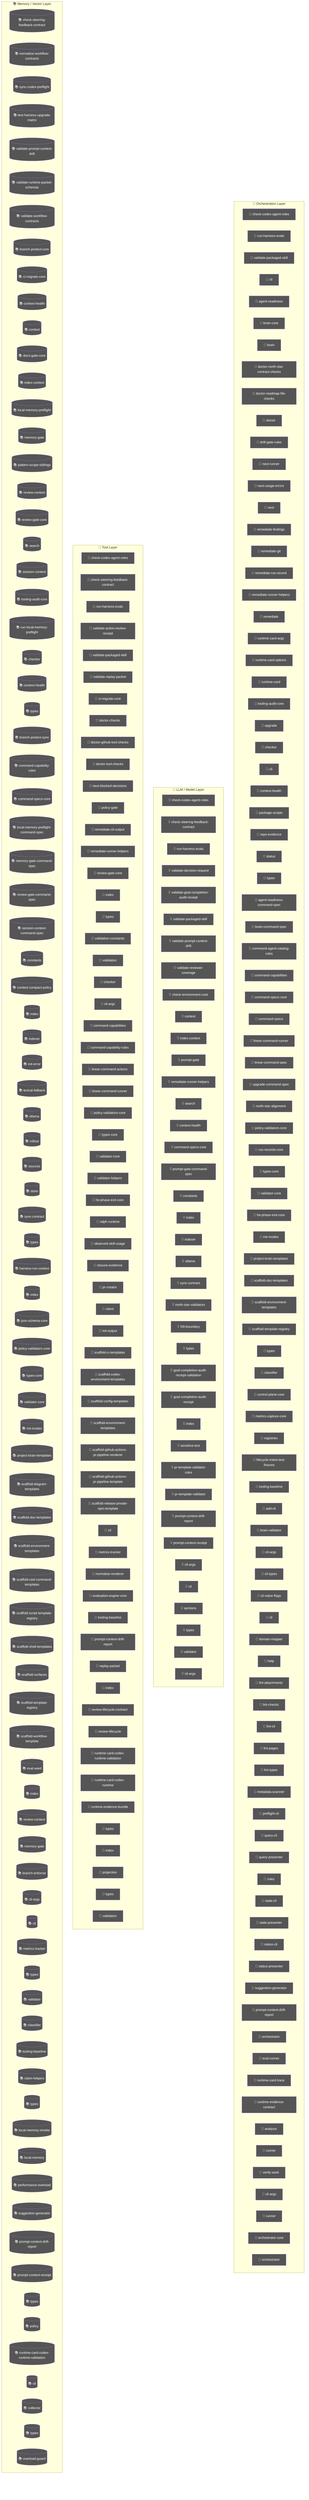
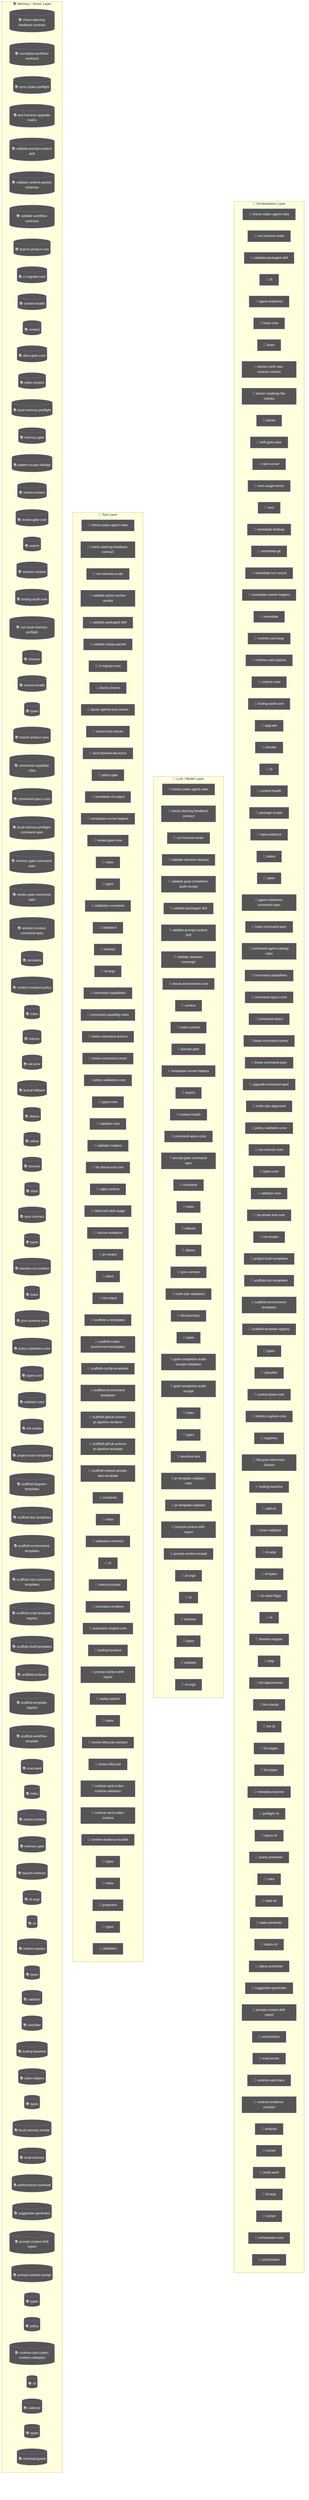
flowchart TD
  subgraph Orchestration["🎯 Orchestration Layer"]
    node_agent_mmd_orchestration_layer_orchestration_chec_7a9f0b64["🤖 check-codex-agent-roles"]
    node_agent_mmd_orchestration_layer_orchestration_run__18817957["🤖 run-harness-evals"]
    node_agent_mmd_orchestration_layer_orchestration_vali_c01b04be["🤖 validate-packaged-skill"]
    cli_99bb8840["🤖 cli"]
    agent_readiness_c82c68e6["🤖 agent-readiness"]
    brain_core_aa07c380["🤖 brain-core"]
    brain_bbbf7a64["🤖 brain"]
    doctor_north_star_contract_checks_0048124c["🤖 doctor-north-star-contract-checks"]
    doctor_roadmap_file_checks_14447b8e["🤖 doctor-roadmap-file-checks"]
    doctor_72f4be89["🤖 doctor"]
    drift_gate_rules_9685e72d["🤖 drift-gate-rules"]
    next_runner_41643472["🤖 next-runner"]
    next_usage_errors_837a345a["🤖 next-usage-errors"]
    next_c6c1c9a9["🤖 next"]
    remediate_findings_8b09c8c6["🤖 remediate-findings"]
    remediate_git_58c6f6f4["🤖 remediate-git"]
    remediate_run_record_9dfe5dc1["🤖 remediate-run-record"]
    node_agent_mmd_orchestration_layer_orchestration_reme_359fe98f["🤖 remediate-runner-helpers"]
    remediate_06b9c7fc["🤖 remediate"]
    runtime_card_args_2b3d4b28["🤖 runtime-card-args"]
    runtime_card_options_c9156ad5["🤖 runtime-card-options"]
    runtime_card_e06b53e1["🤖 runtime-card"]
    node_agent_mmd_orchestration_layer_orchestration_tool_acfe0c01["🤖 tooling-audit-core"]
    upgrade_7fef9479["🤖 upgrade"]
    node_agent_mmd_orchestration_layer_orchestration_chec_0550c395["🤖 checker"]
    cli_1_084e05fe["🤖 cli"]
    node_agent_mmd_orchestration_layer_orchestration_cont_61b3b9c9["🤖 context-health"]
    package_scripts_3ee6150f["🤖 package-scripts"]
    repo_evidence_38bb1de5["🤖 repo-evidence"]
    status_073c1634["🤖 status"]
    node_agent_mmd_orchestration_layer_orchestration_type_4f906dcc["🤖 types"]
    agent_readiness_command_spec_a30c2c1e["🤖 agent-readiness-command-spec"]
    brain_command_spec_15b122d5["🤖 brain-command-spec"]
    command_agent_catalog_rules_8e06b2af["🤖 command-agent-catalog-rules"]
    node_agent_mmd_orchestration_layer_orchestration_comm_6e41a7f7["🤖 command-capabilities"]
    node_agent_mmd_orchestration_layer_orchestration_comm_1f8cc24c["🤖 command-specs-core"]
    command_specs_69167c63["🤖 command-specs"]
    node_agent_mmd_orchestration_layer_orchestration_line_b67affd5["🤖 linear-command-runner"]
    linear_command_spec_1e12dd44["🤖 linear-command-spec"]
    upgrade_command_spec_03f6c7bd["🤖 upgrade-command-spec"]
    north_star_alignment_00440188["🤖 north-star-alignment"]
    node_agent_mmd_orchestration_layer_orchestration_poli_3270b55d["🤖 policy-validators-core"]
    run_records_core_89286dfa["🤖 run-records-core"]
    node_agent_mmd_orchestration_layer_orchestration_type_7cf81261["🤖 types-core"]
    node_agent_mmd_orchestration_layer_orchestration_vali_d9fe99e6["🤖 validator-core"]
    node_agent_mmd_orchestration_layer_orchestration_he_p_fc778c24["🤖 he-phase-exit-core"]
    node_agent_mmd_orchestration_layer_orchestration_init_2a9c3ecb["🤖 init-modes"]
    node_agent_mmd_orchestration_layer_orchestration_proj_6ab6f60f["🤖 project-brain-templates"]
    node_agent_mmd_orchestration_layer_orchestration_scaf_12cc07db["🤖 scaffold-doc-templates"]
    node_agent_mmd_orchestration_layer_orchestration_scaf_c9a90c2f["🤖 scaffold-environment-templates"]
    node_agent_mmd_orchestration_layer_orchestration_scaf_ff8f92f6["🤖 scaffold-template-registry"]
    types_15_86775c96["🤖 types"]
    node_agent_mmd_orchestration_layer_orchestration_clas_899b821a["🤖 classifier"]
    control_plane_core_db3b4cb2["🤖 control-plane-core"]
    metrics_capture_core_db4bf7cf["🤖 metrics-capture-core"]
    registries_06402afa["🤖 registries"]
    lifecycle_intent_test_fixtures_a53c7ada["🤖 lifecycle-intent-test-fixtures"]
    node_agent_mmd_orchestration_layer_orchestration_tool_cc43149f["🤖 tooling-baseline"]
    add_cli_7614de25["🤖 add-cli"]
    brain_validator_be251832["🤖 brain-validator"]
    cli_args_8_d546936e["🤖 cli-args"]
    cli_types_1686e858["🤖 cli-types"]
    cli_value_flags_732a8e43["🤖 cli-value-flags"]
    cli_9_b54c1407["🤖 cli"]
    domain_mapper_cd9333d2["🤖 domain-mapper"]
    help_106a5842["🤖 help"]
    lint_attachments_873c0632["🤖 lint-attachments"]
    lint_checks_83522b19["🤖 lint-checks"]
    lint_cli_9ec62ec0["🤖 lint-cli"]
    lint_pages_e33301d0["🤖 lint-pages"]
    lint_types_2862c255["🤖 lint-types"]
    metadata_scanner_6a101b66["🤖 metadata-scanner"]
    preflight_cli_5d148379["🤖 preflight-cli"]
    query_cli_b95be64d["🤖 query-cli"]
    query_presenter_02e6077c["🤖 query-presenter"]
    rules_6c621d1a["🤖 rules"]
    stale_cli_64548720["🤖 stale-cli"]
    stale_presenter_1de4e3a2["🤖 stale-presenter"]
    status_cli_4c24a0d6["🤖 status-cli"]
    status_presenter_8de686c1["🤖 status-presenter"]
    node_agent_mmd_orchestration_layer_orchestration_sugg_85c5ebe3["🤖 suggestion-generator"]
    node_agent_mmd_orchestration_layer_orchestration_prom_d17b4de2["🤖 prompt-context-drift-report"]
    orchestrator_11376b7e["🤖 orchestrator"]
    eval_runner_0966a6b3["🤖 eval-runner"]
    runtime_card_trace_64a5ca95["🤖 runtime-card-trace"]
    runtime_evidence_contract_0f7b15b2["🤖 runtime-evidence-contract"]
    analysis_f44e85c4["🤖 analysis"]
    runner_527aa9f4["🤖 runner"]
    verify_work_1_cd8e7ec3["🤖 verify-work"]
    cli_args_14_3481043e["🤖 cli-args"]
    runner_1_6f281bf8["🤖 runner"]
    orchestrator_core_d0678b53["🤖 orchestrator-core"]
    orchestrator_1_6b7137c5["🤖 orchestrator"]
  end
  subgraph LLMLayer["🧠 LLM / Model Layer"]
    node_agent_mmd_llm_model_layer_llmlayer_check_codex_a_29e7b7fa["💡 check-codex-agent-roles"]
    node_agent_mmd_llm_model_layer_llmlayer_check_steerin_a7dbbd2f["💡 check-steering-feedback-contract"]
    node_agent_mmd_llm_model_layer_llmlayer_run_harness_e_603fcfdc["💡 run-harness-evals"]
    validate_decision_request_2e5c325e["💡 validate-decision-request"]
    validate_goal_completion_audit_receipt_100d252c["💡 validate-goal-completion-audit-receipt"]
    node_agent_mmd_llm_model_layer_llmlayer_validate_pack_2a12e1f4["💡 validate-packaged-skill"]
    node_agent_mmd_llm_model_layer_llmlayer_validate_prom_9880f764["💡 validate-prompt-context-drift"]
    validate_reviewer_coverage_251efee3["💡 validate-reviewer-coverage"]
    check_environment_core_2c16213f["💡 check-environment-core"]
    node_agent_mmd_llm_model_layer_llmlayer_context_conte_ad2dfbd9["💡 context"]
    node_agent_mmd_llm_model_layer_llmlayer_index_context_1041bd11["💡 index-context"]
    prompt_gate_c5e9d207["💡 prompt-gate"]
    node_agent_mmd_llm_model_layer_llmlayer_remediate_run_9e3d4585["💡 remediate-runner-helpers"]
    node_agent_mmd_llm_model_layer_llmlayer_search_search_66b9a911["💡 search"]
    node_agent_mmd_llm_model_layer_llmlayer_context_healt_cfc0bfa8["💡 context-health"]
    node_agent_mmd_llm_model_layer_llmlayer_command_specs_782af9fa["💡 command-specs-core"]
    prompt_gate_command_spec_9a941482["💡 prompt-gate-command-spec"]
    node_agent_mmd_llm_model_layer_llmlayer_constants_con_c9bd3f6c["💡 constants"]
    node_agent_mmd_llm_model_layer_llmlayer_index_index_1_02e160ff["💡 index"]
    node_agent_mmd_llm_model_layer_llmlayer_indexer_index_4f4deef5["💡 indexer"]
    node_agent_mmd_llm_model_layer_llmlayer_ollama_ollama_968b23fa["💡 ollama"]
    node_agent_mmd_llm_model_layer_llmlayer_sync_contract_9f3cc8c1["💡 sync-contract"]
    north_star_validators_cfc926ce["💡 north-star-validators"]
    hilt_boundary_9b36fb15["💡 hilt-boundary"]
    types_9_1db4641f["💡 types"]
    goal_completion_audit_receipt_validation_9d0f4891["💡 goal-completion-audit-receipt-validation"]
    goal_completion_audit_receipt_5e4939c3["💡 goal-completion-audit-receipt"]
    index_4_013aa0e3["💡 index"]
+     node_agent_mmd_llm_model_layer_llmlayer_constants_con_c9bd3f6c["💡 constants"]
+     types_16_0fae1112["💡 types"]
    sensitive_text_7c11f760["💡 sensitive-text"]
    pr_template_validator_rules_20a32d6b["💡 pr-template-validator-rules"]
    pr_template_validator_f1a53aee["💡 pr-template-validator"]
    node_agent_mmd_llm_model_layer_llmlayer_index_index_1_02e160ff["💡 index"]
    node_agent_mmd_llm_model_layer_llmlayer_prompt_contex_81f9066a["💡 prompt-context-drift-report"]
    node_agent_mmd_llm_model_layer_llmlayer_index_index_1_02e160ff["💡 index"]
    node_agent_mmd_llm_model_layer_llmlayer_prompt_contex_6426acc2["💡 prompt-context-receipt"]
    cli_args_9_9c136878["💡 cli-args"]
    cli_10_35dc8cbd["💡 cli"]
    sections_4697ef32["💡 sections"]
-     types_25_89d086aa["💡 types"]
+     types_26_a5814179["💡 types"]
    validator_6_3688adbf["💡 validator"]
    cli_args_10_861cdd3f["💡 cli-args"]
  end
  subgraph ToolLayer["🔧 Tool Layer"]
    node_agent_mmd_tool_layer_toollayer_check_codex_agent_4b361d5a["🔧 check-codex-agent-roles"]
    node_agent_mmd_tool_layer_toollayer_check_steering_fe_84ed22c2["🔧 check-steering-feedback-contract"]
    node_agent_mmd_tool_layer_toollayer_run_harness_evals_e2ee24f1["🔧 run-harness-evals"]
    validate_action_review_receipt_fa2f06c3["🔧 validate-action-review-receipt"]
    node_agent_mmd_tool_layer_toollayer_validate_packaged_2855c827["🔧 validate-packaged-skill"]
    validate_replay_packet_f309747e["🔧 validate-replay-packet"]
    node_agent_mmd_tool_layer_toollayer_ci_migrate_core_c_049f8460["🔧 ci-migrate-core"]
    doctor_checks_5a2eb2b9["🔧 doctor-checks"]
    doctor_github_tool_checks_a53b0382["🔧 doctor-github-tool-checks"]
    doctor_tool_checks_4acac51a["🔧 doctor-tool-checks"]
    next_blocked_decisions_4140ad2b["🔧 next-blocked-decisions"]
    policy_gate_213f7313["🔧 policy-gate"]
    remediate_cli_output_cc165396["🔧 remediate-cli-output"]
    node_agent_mmd_tool_layer_toollayer_remediate_runner__c003b871["🔧 remediate-runner-helpers"]
    node_agent_mmd_tool_layer_toollayer_review_gate_core__7704598b["🔧 review-gate-core"]
    index_1bc04b52["🔧 index"]
    types_1_4ecdf56e["🔧 types"]
    validation_constants_e002a0f6["🔧 validation-constants"]
    validation_98c41dcd["🔧 validation"]
    node_agent_mmd_tool_layer_toollayer_checker_checker_2_453d593b["🔧 checker"]
    cli_args_1_6144b055["🔧 cli-args"]
    node_agent_mmd_tool_layer_toollayer_command_capabilit_7fe13db1["🔧 command-capabilities"]
    node_agent_mmd_tool_layer_toollayer_command_capabilit_e97a4615["🔧 command-capability-rules"]
    linear_command_actions_e430f4f4["🔧 linear-command-actions"]
    node_agent_mmd_tool_layer_toollayer_linear_command_ru_d6763748["🔧 linear-command-runner"]
    node_agent_mmd_tool_layer_toollayer_policy_validators_af136abf["🔧 policy-validators-core"]
    node_agent_mmd_tool_layer_toollayer_types_core_types__6c8319b6["🔧 types-core"]
    node_agent_mmd_tool_layer_toollayer_validator_core_va_6ef6131f["🔧 validator-core"]
    validator_helpers_7b927667["🔧 validator-helpers"]
    node_agent_mmd_tool_layer_toollayer_he_phase_exit_cor_af016160["🔧 he-phase-exit-core"]
    ralph_runtime_73d63c0e["🔧 ralph-runtime"]
    observed_skill_usage_ed7d5930["🔧 observed-skill-usage"]
    closure_evidence_aaa31467["🔧 closure-evidence"]
    pr_creator_dc6b1ea4["🔧 pr-creator"]
    client_948fe603["🔧 client"]
    init_output_360dce91["🔧 init-output"]
    scaffold_ci_templates_2afd6392["🔧 scaffold-ci-templates"]
    scaffold_codex_environment_templates_334fbbed["🔧 scaffold-codex-environment-templates"]
    scaffold_config_templates_4b80ce53["🔧 scaffold-config-templates"]
    node_agent_mmd_tool_layer_toollayer_scaffold_environm_c1afc013["🔧 scaffold-environment-templates"]
    scaffold_github_actions_pr_pipeline_renderer_1ee18de5["🔧 scaffold-github-actions-pr-pipeline-renderer"]
    scaffold_github_actions_pr_pipeline_template_e2b85f62["🔧 scaffold-github-actions-pr-pipeline-template"]
    scaffold_release_private_npm_template_075499f8["🔧 scaffold-release-private-npm-template"]
+     node_agent_mmd_tool_layer_toollayer_constants_constan_9d71b829["🔧 constants"]
+     index_8_6f0f20ec["🔧 index"]
+     validation_common_6161e48b["🔧 validation-common"]
    node_agent_mmd_tool_layer_toollayer_cli_cli_2_1_32d9eeaf["🔧 cli"]
    node_agent_mmd_tool_layer_toollayer_metrics_tracker_m_4c9237d8["🔧 metrics-tracker"]
    normalise_renderer_85f2e563["🔧 normalise-renderer"]
    evaluation_engine_core_e054fe49["🔧 evaluation-engine-core"]
    node_agent_mmd_tool_layer_toollayer_tooling_baseline__61e66e9f["🔧 tooling-baseline"]
    node_agent_mmd_tool_layer_toollayer_prompt_context_dr_a2772f2b["🔧 prompt-context-drift-report"]
    replay_packet_a1293f88["🔧 replay-packet"]
-     index_12_762ec91b["🔧 index"]
+     index_13_97df39c8["🔧 index"]
    review_lifecycle_contract_e5447221["🔧 review-lifecycle-contract"]
    review_lifecycle_89afa64c["🔧 review-lifecycle"]
    node_agent_mmd_tool_layer_toollayer_runtime_card_code_3636ceac["🔧 runtime-card-codex-runtime-validation"]
    runtime_card_codex_runtime_0655e230["🔧 runtime-card-codex-runtime"]
    runtime_evidence_bundle_d471a232["🔧 runtime-evidence-bundle"]
-     types_34_85e6a0bb["🔧 types"]
-     index_15_99636ec5["🔧 index"]
+     types_35_93e66c64["🔧 types"]
+     index_16_373c8a49["🔧 index"]
    projection_1b250ea1["🔧 projection"]
-     types_36_674380ec["🔧 types"]
-     validation_6_097a7ce3["🔧 validation"]
+     types_37_32ccf9f9["🔧 types"]
+     validation_7_c4e6d8b6["🔧 validation"]
  end
  subgraph MemoryLayer["📚 Memory / Vector Layer"]
    node_agent_mmd_memory_vector_layer_memorylayer_check__d71f8993[("📚 check-steering-feedback-contract")]
    normalize_workflow_contracts_8701f1c8[("📚 normalize-workflow-contracts")]
    sync_codex_preflight_7e7a8dc2[("📚 sync-codex-preflight")]
    test_harness_upgrade_matrix_84113c4e[("📚 test-harness-upgrade-matrix")]
    node_agent_mmd_memory_vector_layer_memorylayer_valida_c52c4db8[("📚 validate-prompt-context-drift")]
    validate_runtime_packet_schemas_bc3ba8ec[("📚 validate-runtime-packet-schemas")]
    validate_workflow_contracts_33dc063c[("📚 validate-workflow-contracts")]
    branch_protect_core_a8feb0fd[("📚 branch-protect-core")]
    node_agent_mmd_memory_vector_layer_memorylayer_ci_mig_0cd5b1a4[("📚 ci-migrate-core")]
    context_health_80bb7da9[("📚 context-health")]
    node_agent_mmd_memory_vector_layer_memorylayer_contex_78ceaaa9[("📚 context")]
    docs_gate_core_eb9b6c18[("📚 docs-gate-core")]
    node_agent_mmd_memory_vector_layer_memorylayer_index__6f3402d0[("📚 index-context")]
    local_memory_preflight_dcc36c42[("📚 local-memory-preflight")]
    memory_gate_a577a506[("📚 memory-gate")]
    pattern_scope_siblings_43abe000[("📚 pattern-scope-siblings")]
    review_context_ca6cf81d[("📚 review-context")]
    node_agent_mmd_memory_vector_layer_memorylayer_review_5bee9816[("📚 review-gate-core")]
    node_agent_mmd_memory_vector_layer_memorylayer_search_ac35cb7e[("📚 search")]
    session_context_e5ec72c0[("📚 session-context")]
    node_agent_mmd_memory_vector_layer_memorylayer_toolin_a1185b8f[("📚 tooling-audit-core")]
    run_local_memory_preflight_36e92808[("📚 run-local-memory-preflight")]
    node_agent_mmd_memory_vector_layer_memorylayer_checke_a583eb4f[("📚 checker")]
    node_agent_mmd_memory_vector_layer_memorylayer_contex_3204aa0e[("📚 context-health")]
    node_agent_mmd_memory_vector_layer_memorylayer_types__9ad640a0[("📚 types")]
    branch_protect_sync_570adb18[("📚 branch-protect-sync")]
    node_agent_mmd_memory_vector_layer_memorylayer_comman_c72a5d05[("📚 command-capability-rules")]
    node_agent_mmd_memory_vector_layer_memorylayer_comman_111eb454[("📚 command-specs-core")]
    local_memory_preflight_command_spec_9e23f3ce[("📚 local-memory-preflight-command-spec")]
    memory_gate_command_spec_dc9001a9[("📚 memory-gate-command-spec")]
    review_gate_command_spec_3187376a[("📚 review-gate-command-spec")]
    session_context_command_spec_973afbb1[("📚 session-context-command-spec")]
    node_agent_mmd_memory_vector_layer_memorylayer_consta_702d3f46[("📚 constants")]
    context_compact_policy_3dcaf95d[("📚 context-compact-policy")]
    node_agent_mmd_memory_vector_layer_memorylayer_index__752bc61e[("📚 index")]
    node_agent_mmd_memory_vector_layer_memorylayer_indexe_93e6d86f[("📚 indexer")]
    init_error_5c7dd49f[("📚 init-error")]
    lexical_fallback_723e2b3e[("📚 lexical-fallback")]
    node_agent_mmd_memory_vector_layer_memorylayer_ollama_6d51be16[("📚 ollama")]
    rollout_a4fa034c[("📚 rollout")]
    sources_878a52fc[("📚 sources")]
    store_824d80d7[("📚 store")]
    node_agent_mmd_memory_vector_layer_memorylayer_sync_c_e43418bc[("📚 sync-contract")]
    types_7_2f1ed65e[("📚 types")]
    harness_run_context_ac7c77a9[("📚 harness-run-context")]
    index_3_7e40d474[("📚 index")]
    json_schema_core_96d7e328[("📚 json-schema-core")]
    node_agent_mmd_memory_vector_layer_memorylayer_policy_1944de42[("📚 policy-validators-core")]
    node_agent_mmd_memory_vector_layer_memorylayer_types__83f369fa[("📚 types-core")]
    node_agent_mmd_memory_vector_layer_memorylayer_valida_41034356[("📚 validator-core")]
    node_agent_mmd_memory_vector_layer_memorylayer_init_m_333d02c5[("📚 init-modes")]
    node_agent_mmd_memory_vector_layer_memorylayer_projec_3ae304d9[("📚 project-brain-templates")]
    scaffold_diagram_templates_dd88e83c[("📚 scaffold-diagram-templates")]
    node_agent_mmd_memory_vector_layer_memorylayer_scaffo_5fd73b94[("📚 scaffold-doc-templates")]
    node_agent_mmd_memory_vector_layer_memorylayer_scaffo_12b42341[("📚 scaffold-environment-templates")]
    scaffold_root_command_templates_404fed7f[("📚 scaffold-root-command-templates")]
    scaffold_script_template_registry_69312d4e[("📚 scaffold-script-template-registry")]
    scaffold_shell_templates_0ad0f915[("📚 scaffold-shell-templates")]
    scaffold_surfaces_12d6494e[("📚 scaffold-surfaces")]
    node_agent_mmd_memory_vector_layer_memorylayer_scaffo_a86eece1[("📚 scaffold-template-registry")]
    scaffold_workflow_template_92310587[("📚 scaffold-workflow-template")]
    eval_seed_5699fd3e[("📚 eval-seed")]
-     index_8_6f0f20ec[("📚 index")]
+     index_9_32dd4d91[("📚 index")]
    review_context_1_e3afed15[("📚 review-context")]
    memory_gate_1_265164ac[("📚 memory-gate")]
    branch_enforcer_acb749cd[("📚 branch-enforcer")]
    cli_args_5_09ea29f0[("📚 cli-args")]
    node_agent_mmd_memory_vector_layer_memorylayer_cli_cl_1f1f89ab[("📚 cli")]
    node_agent_mmd_memory_vector_layer_memorylayer_metric_12562178[("📚 metrics-tracker")]
-     types_17_ed30531c[("📚 types")]
+     types_18_37582e2a[("📚 types")]
    validator_4_5180cf23[("📚 validator")]
    node_agent_mmd_memory_vector_layer_memorylayer_classi_1ebbf5ff[("📚 classifier")]
    node_agent_mmd_memory_vector_layer_memorylayer_toolin_14f86b00[("📚 tooling-baseline")]
    claim_helpers_20dc8387[("📚 claim-helpers")]
-     types_22_f3cf4a73[("📚 types")]
+     types_23_4352ee2e[("📚 types")]
    local_memory_smoke_1175abfc[("📚 local-memory-smoke")]
    local_memory_0db17ecc[("📚 local-memory")]
    performance_overload_c685bfcf[("📚 performance-overload")]
    node_agent_mmd_memory_vector_layer_memorylayer_sugges_267f408d[("📚 suggestion-generator")]
    node_agent_mmd_memory_vector_layer_memorylayer_index__752bc61e[("📚 index")]
    node_agent_mmd_memory_vector_layer_memorylayer_prompt_ae34fc43[("📚 prompt-context-drift-report")]
    node_agent_mmd_memory_vector_layer_memorylayer_index__752bc61e[("📚 index")]
    node_agent_mmd_memory_vector_layer_memorylayer_prompt_55c0d605[("📚 prompt-context-receipt")]
-     types_29_929d5a70[("📚 types")]
+     types_30_424b976c[("📚 types")]
    policy_1_fc4198db[("📚 policy")]
    node_agent_mmd_memory_vector_layer_memorylayer_runtim_a5d23e7f[("📚 runtime-card-codex-runtime-validation")]
    cli_11_338a8415[("📚 cli")]
    collector_0736fd5b[("📚 collector")]
-     types_32_bfe791ff[("📚 types")]
+     types_33_16e22a82[("📚 types")]
    overload_guard_2748c559[("📚 overload-guard")]
  end
  classDef agentNode fill:#555,color:#fff
  class node_agent_mmd_orchestration_layer_orchestration_chec_7a9f0b64,node_agent_mmd_llm_model_layer_llmlayer_check_codex_a_29e7b7fa,node_agent_mmd_tool_layer_toollayer_check_codex_agent_4b361d5a,node_agent_mmd_orchestration_layer_orchestration_run__18817957,node_agent_mmd_llm_model_layer_llmlayer_run_harness_e_603fcfdc,node_agent_mmd_tool_layer_toollayer_run_harness_evals_e2ee24f1,node_agent_mmd_orchestration_layer_orchestration_vali_c01b04be,node_agent_mmd_llm_model_layer_llmlayer_validate_pack_2a12e1f4,node_agent_mmd_tool_layer_toollayer_validate_packaged_2855c827,cli_99bb8840,agent_readiness_c82c68e6,brain_core_aa07c380,brain_bbbf7a64,doctor_north_star_contract_checks_0048124c,doctor_roadmap_file_checks_14447b8e,doctor_72f4be89,drift_gate_rules_9685e72d,next_runner_41643472,next_usage_errors_837a345a,next_c6c1c9a9,remediate_findings_8b09c8c6,remediate_git_58c6f6f4,remediate_run_record_9dfe5dc1,node_agent_mmd_orchestration_layer_orchestration_reme_359fe98f,node_agent_mmd_llm_model_layer_llmlayer_remediate_run_9e3d4585,node_agent_mmd_tool_layer_toollayer_remediate_runner__c003b871,remediate_06b9c7fc,runtime_card_args_2b3d4b28,runtime_card_options_c9156ad5,runtime_card_e06b53e1,node_agent_mmd_orchestration_layer_orchestration_tool_acfe0c01,node_agent_mmd_memory_vector_layer_memorylayer_toolin_a1185b8f,upgrade_7fef9479,node_agent_mmd_orchestration_layer_orchestration_chec_0550c395,node_agent_mmd_tool_layer_toollayer_checker_checker_2_453d593b,node_agent_mmd_memory_vector_layer_memorylayer_checke_a583eb4f,cli_1_084e05fe,node_agent_mmd_orchestration_layer_orchestration_cont_61b3b9c9,node_agent_mmd_llm_model_layer_llmlayer_context_healt_cfc0bfa8,node_agent_mmd_memory_vector_layer_memorylayer_contex_3204aa0e,package_scripts_3ee6150f,repo_evidence_38bb1de5,status_073c1634,node_agent_mmd_orchestration_layer_orchestration_type_4f906dcc,node_agent_mmd_memory_vector_layer_memorylayer_types__9ad640a0,agent_readiness_command_spec_a30c2c1e,brain_command_spec_15b122d5,command_agent_catalog_rules_8e06b2af,node_agent_mmd_orchestration_layer_orchestration_comm_6e41a7f7,node_agent_mmd_tool_layer_toollayer_command_capabilit_7fe13db1,node_agent_mmd_orchestration_layer_orchestration_comm_1f8cc24c,node_agent_mmd_llm_model_layer_llmlayer_command_specs_782af9fa,node_agent_mmd_memory_vector_layer_memorylayer_comman_111eb454,command_specs_69167c63,node_agent_mmd_orchestration_layer_orchestration_line_b67affd5,node_agent_mmd_tool_layer_toollayer_linear_command_ru_d6763748,linear_command_spec_1e12dd44,upgrade_command_spec_03f6c7bd,north_star_alignment_00440188,node_agent_mmd_orchestration_layer_orchestration_poli_3270b55d,node_agent_mmd_tool_layer_toollayer_policy_validators_af136abf,node_agent_mmd_memory_vector_layer_memorylayer_policy_1944de42,run_records_core_89286dfa,node_agent_mmd_orchestration_layer_orchestration_type_7cf81261,node_agent_mmd_tool_layer_toollayer_types_core_types__6c8319b6,node_agent_mmd_memory_vector_layer_memorylayer_types__83f369fa,node_agent_mmd_orchestration_layer_orchestration_vali_d9fe99e6,node_agent_mmd_tool_layer_toollayer_validator_core_va_6ef6131f,node_agent_mmd_memory_vector_layer_memorylayer_valida_41034356,node_agent_mmd_orchestration_layer_orchestration_he_p_fc778c24,node_agent_mmd_tool_layer_toollayer_he_phase_exit_cor_af016160,node_agent_mmd_orchestration_layer_orchestration_init_2a9c3ecb,node_agent_mmd_memory_vector_layer_memorylayer_init_m_333d02c5,node_agent_mmd_orchestration_layer_orchestration_proj_6ab6f60f,node_agent_mmd_memory_vector_layer_memorylayer_projec_3ae304d9,node_agent_mmd_orchestration_layer_orchestration_scaf_12cc07db,node_agent_mmd_memory_vector_layer_memorylayer_scaffo_5fd73b94,node_agent_mmd_orchestration_layer_orchestration_scaf_c9a90c2f,node_agent_mmd_tool_layer_toollayer_scaffold_environm_c1afc013,node_agent_mmd_memory_vector_layer_memorylayer_scaffo_12b42341,node_agent_mmd_orchestration_layer_orchestration_scaf_ff8f92f6,node_agent_mmd_memory_vector_layer_memorylayer_scaffo_a86eece1,types_15_86775c96,node_agent_mmd_orchestration_layer_orchestration_clas_899b821a,node_agent_mmd_memory_vector_layer_memorylayer_classi_1ebbf5ff,control_plane_core_db3b4cb2,metrics_capture_core_db4bf7cf,registries_06402afa,lifecycle_intent_test_fixtures_a53c7ada,node_agent_mmd_orchestration_layer_orchestration_tool_cc43149f,node_agent_mmd_tool_layer_toollayer_tooling_baseline__61e66e9f,node_agent_mmd_memory_vector_layer_memorylayer_toolin_14f86b00,add_cli_7614de25,brain_validator_be251832,cli_args_8_d546936e,cli_types_1686e858,cli_value_flags_732a8e43,cli_9_b54c1407,domain_mapper_cd9333d2,help_106a5842,lint_attachments_873c0632,lint_checks_83522b19,lint_cli_9ec62ec0,lint_pages_e33301d0,lint_types_2862c255,metadata_scanner_6a101b66,preflight_cli_5d148379,query_cli_b95be64d,query_presenter_02e6077c,rules_6c621d1a,stale_cli_64548720,stale_presenter_1de4e3a2,status_cli_4c24a0d6,status_presenter_8de686c1,node_agent_mmd_orchestration_layer_orchestration_sugg_85c5ebe3,node_agent_mmd_memory_vector_layer_memorylayer_sugges_267f408d,node_agent_mmd_orchestration_layer_orchestration_prom_d17b4de2,node_agent_mmd_llm_model_layer_llmlayer_prompt_contex_81f9066a,node_agent_mmd_tool_layer_toollayer_prompt_context_dr_a2772f2b,node_agent_mmd_memory_vector_layer_memorylayer_prompt_ae34fc43,orchestrator_11376b7e,eval_runner_0966a6b3,runtime_card_trace_64a5ca95,runtime_evidence_contract_0f7b15b2,analysis_f44e85c4,runner_527aa9f4,verify_work_1_cd8e7ec3,cli_args_14_3481043e,runner_1_6f281bf8,orchestrator_core_d0678b53,orchestrator_1_6b7137c5 agentNode
  classDef llmNode fill:#555,color:#fff
-   class node_agent_mmd_orchestration_layer_orchestration_chec_7a9f0b64,node_agent_mmd_llm_model_layer_llmlayer_check_codex_a_29e7b7fa,node_agent_mmd_tool_layer_toollayer_check_codex_agent_4b361d5a,node_agent_mmd_llm_model_layer_llmlayer_check_steerin_a7dbbd2f,node_agent_mmd_tool_layer_toollayer_check_steering_fe_84ed22c2,node_agent_mmd_memory_vector_layer_memorylayer_check__d71f8993,node_agent_mmd_orchestration_layer_orchestration_run__18817957,node_agent_mmd_llm_model_layer_llmlayer_run_harness_e_603fcfdc,node_agent_mmd_tool_layer_toollayer_run_harness_evals_e2ee24f1,validate_decision_request_2e5c325e,validate_goal_completion_audit_receipt_100d252c,node_agent_mmd_orchestration_layer_orchestration_vali_c01b04be,node_agent_mmd_llm_model_layer_llmlayer_validate_pack_2a12e1f4,node_agent_mmd_tool_layer_toollayer_validate_packaged_2855c827,node_agent_mmd_llm_model_layer_llmlayer_validate_prom_9880f764,node_agent_mmd_memory_vector_layer_memorylayer_valida_c52c4db8,validate_reviewer_coverage_251efee3,check_environment_core_2c16213f,node_agent_mmd_llm_model_layer_llmlayer_context_conte_ad2dfbd9,node_agent_mmd_memory_vector_layer_memorylayer_contex_78ceaaa9,node_agent_mmd_llm_model_layer_llmlayer_index_context_1041bd11,node_agent_mmd_memory_vector_layer_memorylayer_index__6f3402d0,prompt_gate_c5e9d207,node_agent_mmd_orchestration_layer_orchestration_reme_359fe98f,node_agent_mmd_llm_model_layer_llmlayer_remediate_run_9e3d4585,node_agent_mmd_tool_layer_toollayer_remediate_runner__c003b871,node_agent_mmd_llm_model_layer_llmlayer_search_search_66b9a911,node_agent_mmd_memory_vector_layer_memorylayer_search_ac35cb7e,node_agent_mmd_orchestration_layer_orchestration_cont_61b3b9c9,node_agent_mmd_llm_model_layer_llmlayer_context_healt_cfc0bfa8,node_agent_mmd_memory_vector_layer_memorylayer_contex_3204aa0e,node_agent_mmd_orchestration_layer_orchestration_comm_1f8cc24c,node_agent_mmd_llm_model_layer_llmlayer_command_specs_782af9fa,node_agent_mmd_memory_vector_layer_memorylayer_comman_111eb454,prompt_gate_command_spec_9a941482,node_agent_mmd_llm_model_layer_llmlayer_constants_con_c9bd3f6c,node_agent_mmd_memory_vector_layer_memorylayer_consta_702d3f46,node_agent_mmd_llm_model_layer_llmlayer_index_index_1_02e160ff,node_agent_mmd_memory_vector_layer_memorylayer_index__752bc61e,node_agent_mmd_llm_model_layer_llmlayer_indexer_index_4f4deef5,node_agent_mmd_memory_vector_layer_memorylayer_indexe_93e6d86f,node_agent_mmd_llm_model_layer_llmlayer_ollama_ollama_968b23fa,node_agent_mmd_memory_vector_layer_memorylayer_ollama_6d51be16,node_agent_mmd_llm_model_layer_llmlayer_sync_contract_9f3cc8c1,node_agent_mmd_memory_vector_layer_memorylayer_sync_c_e43418bc,north_star_validators_cfc926ce,hilt_boundary_9b36fb15,types_9_1db4641f,goal_completion_audit_receipt_validation_9d0f4891,goal_completion_audit_receipt_5e4939c3,index_4_013aa0e3,sensitive_text_7c11f760,pr_template_validator_rules_20a32d6b,pr_template_validator_f1a53aee,node_agent_mmd_orchestration_layer_orchestration_prom_d17b4de2,node_agent_mmd_llm_model_layer_llmlayer_prompt_contex_81f9066a,node_agent_mmd_tool_layer_toollayer_prompt_context_dr_a2772f2b,node_agent_mmd_memory_vector_layer_memorylayer_prompt_ae34fc43,node_agent_mmd_llm_model_layer_llmlayer_prompt_contex_6426acc2,node_agent_mmd_memory_vector_layer_memorylayer_prompt_55c0d605,cli_args_9_9c136878,cli_10_35dc8cbd,sections_4697ef32,types_25_89d086aa,validator_6_3688adbf,cli_args_10_861cdd3f llmNode
+   class node_agent_mmd_orchestration_layer_orchestration_chec_7a9f0b64,node_agent_mmd_llm_model_layer_llmlayer_check_codex_a_29e7b7fa,node_agent_mmd_tool_layer_toollayer_check_codex_agent_4b361d5a,node_agent_mmd_llm_model_layer_llmlayer_check_steerin_a7dbbd2f,node_agent_mmd_tool_layer_toollayer_check_steering_fe_84ed22c2,node_agent_mmd_memory_vector_layer_memorylayer_check__d71f8993,node_agent_mmd_orchestration_layer_orchestration_run__18817957,node_agent_mmd_llm_model_layer_llmlayer_run_harness_e_603fcfdc,node_agent_mmd_tool_layer_toollayer_run_harness_evals_e2ee24f1,validate_decision_request_2e5c325e,validate_goal_completion_audit_receipt_100d252c,node_agent_mmd_orchestration_layer_orchestration_vali_c01b04be,node_agent_mmd_llm_model_layer_llmlayer_validate_pack_2a12e1f4,node_agent_mmd_tool_layer_toollayer_validate_packaged_2855c827,node_agent_mmd_llm_model_layer_llmlayer_validate_prom_9880f764,node_agent_mmd_memory_vector_layer_memorylayer_valida_c52c4db8,validate_reviewer_coverage_251efee3,check_environment_core_2c16213f,node_agent_mmd_llm_model_layer_llmlayer_context_conte_ad2dfbd9,node_agent_mmd_memory_vector_layer_memorylayer_contex_78ceaaa9,node_agent_mmd_llm_model_layer_llmlayer_index_context_1041bd11,node_agent_mmd_memory_vector_layer_memorylayer_index__6f3402d0,prompt_gate_c5e9d207,node_agent_mmd_orchestration_layer_orchestration_reme_359fe98f,node_agent_mmd_llm_model_layer_llmlayer_remediate_run_9e3d4585,node_agent_mmd_tool_layer_toollayer_remediate_runner__c003b871,node_agent_mmd_llm_model_layer_llmlayer_search_search_66b9a911,node_agent_mmd_memory_vector_layer_memorylayer_search_ac35cb7e,node_agent_mmd_orchestration_layer_orchestration_cont_61b3b9c9,node_agent_mmd_llm_model_layer_llmlayer_context_healt_cfc0bfa8,node_agent_mmd_memory_vector_layer_memorylayer_contex_3204aa0e,node_agent_mmd_orchestration_layer_orchestration_comm_1f8cc24c,node_agent_mmd_llm_model_layer_llmlayer_command_specs_782af9fa,node_agent_mmd_memory_vector_layer_memorylayer_comman_111eb454,prompt_gate_command_spec_9a941482,node_agent_mmd_llm_model_layer_llmlayer_constants_con_c9bd3f6c,node_agent_mmd_memory_vector_layer_memorylayer_consta_702d3f46,node_agent_mmd_llm_model_layer_llmlayer_index_index_1_02e160ff,node_agent_mmd_memory_vector_layer_memorylayer_index__752bc61e,node_agent_mmd_llm_model_layer_llmlayer_indexer_index_4f4deef5,node_agent_mmd_memory_vector_layer_memorylayer_indexe_93e6d86f,node_agent_mmd_llm_model_layer_llmlayer_ollama_ollama_968b23fa,node_agent_mmd_memory_vector_layer_memorylayer_ollama_6d51be16,node_agent_mmd_llm_model_layer_llmlayer_sync_contract_9f3cc8c1,node_agent_mmd_memory_vector_layer_memorylayer_sync_c_e43418bc,north_star_validators_cfc926ce,hilt_boundary_9b36fb15,types_9_1db4641f,goal_completion_audit_receipt_validation_9d0f4891,goal_completion_audit_receipt_5e4939c3,index_4_013aa0e3,node_agent_mmd_tool_layer_toollayer_constants_constan_9d71b829,types_16_0fae1112,sensitive_text_7c11f760,pr_template_validator_rules_20a32d6b,pr_template_validator_f1a53aee,node_agent_mmd_orchestration_layer_orchestration_prom_d17b4de2,node_agent_mmd_llm_model_layer_llmlayer_prompt_contex_81f9066a,node_agent_mmd_tool_layer_toollayer_prompt_context_dr_a2772f2b,node_agent_mmd_memory_vector_layer_memorylayer_prompt_ae34fc43,node_agent_mmd_llm_model_layer_llmlayer_prompt_contex_6426acc2,node_agent_mmd_memory_vector_layer_memorylayer_prompt_55c0d605,cli_args_9_9c136878,cli_10_35dc8cbd,sections_4697ef32,types_26_a5814179,validator_6_3688adbf,cli_args_10_861cdd3f llmNode
  classDef toolNode fill:#555,color:#fff
-   class node_agent_mmd_orchestration_layer_orchestration_chec_7a9f0b64,node_agent_mmd_llm_model_layer_llmlayer_check_codex_a_29e7b7fa,node_agent_mmd_tool_layer_toollayer_check_codex_agent_4b361d5a,node_agent_mmd_llm_model_layer_llmlayer_check_steerin_a7dbbd2f,node_agent_mmd_tool_layer_toollayer_check_steering_fe_84ed22c2,node_agent_mmd_memory_vector_layer_memorylayer_check__d71f8993,node_agent_mmd_orchestration_layer_orchestration_run__18817957,node_agent_mmd_llm_model_layer_llmlayer_run_harness_e_603fcfdc,node_agent_mmd_tool_layer_toollayer_run_harness_evals_e2ee24f1,validate_action_review_receipt_fa2f06c3,node_agent_mmd_orchestration_layer_orchestration_vali_c01b04be,node_agent_mmd_llm_model_layer_llmlayer_validate_pack_2a12e1f4,node_agent_mmd_tool_layer_toollayer_validate_packaged_2855c827,validate_replay_packet_f309747e,node_agent_mmd_tool_layer_toollayer_ci_migrate_core_c_049f8460,node_agent_mmd_memory_vector_layer_memorylayer_ci_mig_0cd5b1a4,doctor_checks_5a2eb2b9,doctor_github_tool_checks_a53b0382,doctor_tool_checks_4acac51a,next_blocked_decisions_4140ad2b,policy_gate_213f7313,remediate_cli_output_cc165396,node_agent_mmd_orchestration_layer_orchestration_reme_359fe98f,node_agent_mmd_llm_model_layer_llmlayer_remediate_run_9e3d4585,node_agent_mmd_tool_layer_toollayer_remediate_runner__c003b871,node_agent_mmd_tool_layer_toollayer_review_gate_core__7704598b,node_agent_mmd_memory_vector_layer_memorylayer_review_5bee9816,index_1bc04b52,types_1_4ecdf56e,validation_constants_e002a0f6,validation_98c41dcd,node_agent_mmd_orchestration_layer_orchestration_chec_0550c395,node_agent_mmd_tool_layer_toollayer_checker_checker_2_453d593b,node_agent_mmd_memory_vector_layer_memorylayer_checke_a583eb4f,cli_args_1_6144b055,node_agent_mmd_orchestration_layer_orchestration_comm_6e41a7f7,node_agent_mmd_tool_layer_toollayer_command_capabilit_7fe13db1,node_agent_mmd_tool_layer_toollayer_command_capabilit_e97a4615,node_agent_mmd_memory_vector_layer_memorylayer_comman_c72a5d05,linear_command_actions_e430f4f4,node_agent_mmd_orchestration_layer_orchestration_line_b67affd5,node_agent_mmd_tool_layer_toollayer_linear_command_ru_d6763748,node_agent_mmd_orchestration_layer_orchestration_poli_3270b55d,node_agent_mmd_tool_layer_toollayer_policy_validators_af136abf,node_agent_mmd_memory_vector_layer_memorylayer_policy_1944de42,node_agent_mmd_orchestration_layer_orchestration_type_7cf81261,node_agent_mmd_tool_layer_toollayer_types_core_types__6c8319b6,node_agent_mmd_memory_vector_layer_memorylayer_types__83f369fa,node_agent_mmd_orchestration_layer_orchestration_vali_d9fe99e6,node_agent_mmd_tool_layer_toollayer_validator_core_va_6ef6131f,node_agent_mmd_memory_vector_layer_memorylayer_valida_41034356,validator_helpers_7b927667,node_agent_mmd_orchestration_layer_orchestration_he_p_fc778c24,node_agent_mmd_tool_layer_toollayer_he_phase_exit_cor_af016160,ralph_runtime_73d63c0e,observed_skill_usage_ed7d5930,closure_evidence_aaa31467,pr_creator_dc6b1ea4,client_948fe603,init_output_360dce91,scaffold_ci_templates_2afd6392,scaffold_codex_environment_templates_334fbbed,scaffold_config_templates_4b80ce53,node_agent_mmd_orchestration_layer_orchestration_scaf_c9a90c2f,node_agent_mmd_tool_layer_toollayer_scaffold_environm_c1afc013,node_agent_mmd_memory_vector_layer_memorylayer_scaffo_12b42341,scaffold_github_actions_pr_pipeline_renderer_1ee18de5,scaffold_github_actions_pr_pipeline_template_e2b85f62,scaffold_release_private_npm_template_075499f8,node_agent_mmd_tool_layer_toollayer_cli_cli_2_1_32d9eeaf,node_agent_mmd_memory_vector_layer_memorylayer_cli_cl_1f1f89ab,node_agent_mmd_tool_layer_toollayer_metrics_tracker_m_4c9237d8,node_agent_mmd_memory_vector_layer_memorylayer_metric_12562178,normalise_renderer_85f2e563,evaluation_engine_core_e054fe49,node_agent_mmd_orchestration_layer_orchestration_tool_cc43149f,node_agent_mmd_tool_layer_toollayer_tooling_baseline__61e66e9f,node_agent_mmd_memory_vector_layer_memorylayer_toolin_14f86b00,node_agent_mmd_orchestration_layer_orchestration_prom_d17b4de2,node_agent_mmd_llm_model_layer_llmlayer_prompt_contex_81f9066a,node_agent_mmd_tool_layer_toollayer_prompt_context_dr_a2772f2b,node_agent_mmd_memory_vector_layer_memorylayer_prompt_ae34fc43,replay_packet_a1293f88,index_12_762ec91b,review_lifecycle_contract_e5447221,review_lifecycle_89afa64c,node_agent_mmd_tool_layer_toollayer_runtime_card_code_3636ceac,node_agent_mmd_memory_vector_layer_memorylayer_runtim_a5d23e7f,runtime_card_codex_runtime_0655e230,runtime_evidence_bundle_d471a232,types_34_85e6a0bb,index_15_99636ec5,projection_1b250ea1,types_36_674380ec,validation_6_097a7ce3 toolNode
+   class node_agent_mmd_orchestration_layer_orchestration_chec_7a9f0b64,node_agent_mmd_llm_model_layer_llmlayer_check_codex_a_29e7b7fa,node_agent_mmd_tool_layer_toollayer_check_codex_agent_4b361d5a,node_agent_mmd_llm_model_layer_llmlayer_check_steerin_a7dbbd2f,node_agent_mmd_tool_layer_toollayer_check_steering_fe_84ed22c2,node_agent_mmd_memory_vector_layer_memorylayer_check__d71f8993,node_agent_mmd_orchestration_layer_orchestration_run__18817957,node_agent_mmd_llm_model_layer_llmlayer_run_harness_e_603fcfdc,node_agent_mmd_tool_layer_toollayer_run_harness_evals_e2ee24f1,validate_action_review_receipt_fa2f06c3,node_agent_mmd_orchestration_layer_orchestration_vali_c01b04be,node_agent_mmd_llm_model_layer_llmlayer_validate_pack_2a12e1f4,node_agent_mmd_tool_layer_toollayer_validate_packaged_2855c827,validate_replay_packet_f309747e,node_agent_mmd_tool_layer_toollayer_ci_migrate_core_c_049f8460,node_agent_mmd_memory_vector_layer_memorylayer_ci_mig_0cd5b1a4,doctor_checks_5a2eb2b9,doctor_github_tool_checks_a53b0382,doctor_tool_checks_4acac51a,next_blocked_decisions_4140ad2b,policy_gate_213f7313,remediate_cli_output_cc165396,node_agent_mmd_orchestration_layer_orchestration_reme_359fe98f,node_agent_mmd_llm_model_layer_llmlayer_remediate_run_9e3d4585,node_agent_mmd_tool_layer_toollayer_remediate_runner__c003b871,node_agent_mmd_tool_layer_toollayer_review_gate_core__7704598b,node_agent_mmd_memory_vector_layer_memorylayer_review_5bee9816,index_1bc04b52,types_1_4ecdf56e,validation_constants_e002a0f6,validation_98c41dcd,node_agent_mmd_orchestration_layer_orchestration_chec_0550c395,node_agent_mmd_tool_layer_toollayer_checker_checker_2_453d593b,node_agent_mmd_memory_vector_layer_memorylayer_checke_a583eb4f,cli_args_1_6144b055,node_agent_mmd_orchestration_layer_orchestration_comm_6e41a7f7,node_agent_mmd_tool_layer_toollayer_command_capabilit_7fe13db1,node_agent_mmd_tool_layer_toollayer_command_capabilit_e97a4615,node_agent_mmd_memory_vector_layer_memorylayer_comman_c72a5d05,linear_command_actions_e430f4f4,node_agent_mmd_orchestration_layer_orchestration_line_b67affd5,node_agent_mmd_tool_layer_toollayer_linear_command_ru_d6763748,node_agent_mmd_orchestration_layer_orchestration_poli_3270b55d,node_agent_mmd_tool_layer_toollayer_policy_validators_af136abf,node_agent_mmd_memory_vector_layer_memorylayer_policy_1944de42,node_agent_mmd_orchestration_layer_orchestration_type_7cf81261,node_agent_mmd_tool_layer_toollayer_types_core_types__6c8319b6,node_agent_mmd_memory_vector_layer_memorylayer_types__83f369fa,node_agent_mmd_orchestration_layer_orchestration_vali_d9fe99e6,node_agent_mmd_tool_layer_toollayer_validator_core_va_6ef6131f,node_agent_mmd_memory_vector_layer_memorylayer_valida_41034356,validator_helpers_7b927667,node_agent_mmd_orchestration_layer_orchestration_he_p_fc778c24,node_agent_mmd_tool_layer_toollayer_he_phase_exit_cor_af016160,ralph_runtime_73d63c0e,observed_skill_usage_ed7d5930,closure_evidence_aaa31467,pr_creator_dc6b1ea4,client_948fe603,init_output_360dce91,scaffold_ci_templates_2afd6392,scaffold_codex_environment_templates_334fbbed,scaffold_config_templates_4b80ce53,node_agent_mmd_orchestration_layer_orchestration_scaf_c9a90c2f,node_agent_mmd_tool_layer_toollayer_scaffold_environm_c1afc013,node_agent_mmd_memory_vector_layer_memorylayer_scaffo_12b42341,scaffold_github_actions_pr_pipeline_renderer_1ee18de5,scaffold_github_actions_pr_pipeline_template_e2b85f62,scaffold_release_private_npm_template_075499f8,node_agent_mmd_llm_model_layer_llmlayer_constants_con_c9bd3f6c,node_agent_mmd_tool_layer_toollayer_constants_constan_9d71b829,index_8_6f0f20ec,validation_common_6161e48b,node_agent_mmd_tool_layer_toollayer_cli_cli_2_1_32d9eeaf,node_agent_mmd_memory_vector_layer_memorylayer_cli_cl_1f1f89ab,node_agent_mmd_tool_layer_toollayer_metrics_tracker_m_4c9237d8,node_agent_mmd_memory_vector_layer_memorylayer_metric_12562178,normalise_renderer_85f2e563,evaluation_engine_core_e054fe49,node_agent_mmd_orchestration_layer_orchestration_tool_cc43149f,node_agent_mmd_tool_layer_toollayer_tooling_baseline__61e66e9f,node_agent_mmd_memory_vector_layer_memorylayer_toolin_14f86b00,node_agent_mmd_orchestration_layer_orchestration_prom_d17b4de2,node_agent_mmd_llm_model_layer_llmlayer_prompt_contex_81f9066a,node_agent_mmd_tool_layer_toollayer_prompt_context_dr_a2772f2b,node_agent_mmd_memory_vector_layer_memorylayer_prompt_ae34fc43,replay_packet_a1293f88,index_13_97df39c8,review_lifecycle_contract_e5447221,review_lifecycle_89afa64c,node_agent_mmd_tool_layer_toollayer_runtime_card_code_3636ceac,node_agent_mmd_memory_vector_layer_memorylayer_runtim_a5d23e7f,runtime_card_codex_runtime_0655e230,runtime_evidence_bundle_d471a232,types_35_93e66c64,index_16_373c8a49,projection_1b250ea1,types_37_32ccf9f9,validation_7_c4e6d8b6 toolNode
  classDef memNode fill:#555,color:#fff
-   class node_agent_mmd_llm_model_layer_llmlayer_check_steerin_a7dbbd2f,node_agent_mmd_tool_layer_toollayer_check_steering_fe_84ed22c2,node_agent_mmd_memory_vector_layer_memorylayer_check__d71f8993,normalize_workflow_contracts_8701f1c8,sync_codex_preflight_7e7a8dc2,test_harness_upgrade_matrix_84113c4e,node_agent_mmd_llm_model_layer_llmlayer_validate_prom_9880f764,node_agent_mmd_memory_vector_layer_memorylayer_valida_c52c4db8,validate_runtime_packet_schemas_bc3ba8ec,validate_workflow_contracts_33dc063c,branch_protect_core_a8feb0fd,node_agent_mmd_tool_layer_toollayer_ci_migrate_core_c_049f8460,node_agent_mmd_memory_vector_layer_memorylayer_ci_mig_0cd5b1a4,context_health_80bb7da9,node_agent_mmd_llm_model_layer_llmlayer_context_conte_ad2dfbd9,node_agent_mmd_memory_vector_layer_memorylayer_contex_78ceaaa9,docs_gate_core_eb9b6c18,node_agent_mmd_llm_model_layer_llmlayer_index_context_1041bd11,node_agent_mmd_memory_vector_layer_memorylayer_index__6f3402d0,local_memory_preflight_dcc36c42,memory_gate_a577a506,pattern_scope_siblings_43abe000,review_context_ca6cf81d,node_agent_mmd_tool_layer_toollayer_review_gate_core__7704598b,node_agent_mmd_memory_vector_layer_memorylayer_review_5bee9816,node_agent_mmd_llm_model_layer_llmlayer_search_search_66b9a911,node_agent_mmd_memory_vector_layer_memorylayer_search_ac35cb7e,session_context_e5ec72c0,node_agent_mmd_orchestration_layer_orchestration_tool_acfe0c01,node_agent_mmd_memory_vector_layer_memorylayer_toolin_a1185b8f,run_local_memory_preflight_36e92808,node_agent_mmd_orchestration_layer_orchestration_chec_0550c395,node_agent_mmd_tool_layer_toollayer_checker_checker_2_453d593b,node_agent_mmd_memory_vector_layer_memorylayer_checke_a583eb4f,node_agent_mmd_orchestration_layer_orchestration_cont_61b3b9c9,node_agent_mmd_llm_model_layer_llmlayer_context_healt_cfc0bfa8,node_agent_mmd_memory_vector_layer_memorylayer_contex_3204aa0e,node_agent_mmd_orchestration_layer_orchestration_type_4f906dcc,node_agent_mmd_memory_vector_layer_memorylayer_types__9ad640a0,branch_protect_sync_570adb18,node_agent_mmd_tool_layer_toollayer_command_capabilit_e97a4615,node_agent_mmd_memory_vector_layer_memorylayer_comman_c72a5d05,node_agent_mmd_orchestration_layer_orchestration_comm_1f8cc24c,node_agent_mmd_llm_model_layer_llmlayer_command_specs_782af9fa,node_agent_mmd_memory_vector_layer_memorylayer_comman_111eb454,local_memory_preflight_command_spec_9e23f3ce,memory_gate_command_spec_dc9001a9,review_gate_command_spec_3187376a,session_context_command_spec_973afbb1,node_agent_mmd_llm_model_layer_llmlayer_constants_con_c9bd3f6c,node_agent_mmd_memory_vector_layer_memorylayer_consta_702d3f46,context_compact_policy_3dcaf95d,node_agent_mmd_llm_model_layer_llmlayer_index_index_1_02e160ff,node_agent_mmd_memory_vector_layer_memorylayer_index__752bc61e,node_agent_mmd_llm_model_layer_llmlayer_indexer_index_4f4deef5,node_agent_mmd_memory_vector_layer_memorylayer_indexe_93e6d86f,init_error_5c7dd49f,lexical_fallback_723e2b3e,node_agent_mmd_llm_model_layer_llmlayer_ollama_ollama_968b23fa,node_agent_mmd_memory_vector_layer_memorylayer_ollama_6d51be16,rollout_a4fa034c,sources_878a52fc,store_824d80d7,node_agent_mmd_llm_model_layer_llmlayer_sync_contract_9f3cc8c1,node_agent_mmd_memory_vector_layer_memorylayer_sync_c_e43418bc,types_7_2f1ed65e,harness_run_context_ac7c77a9,index_3_7e40d474,json_schema_core_96d7e328,node_agent_mmd_orchestration_layer_orchestration_poli_3270b55d,node_agent_mmd_tool_layer_toollayer_policy_validators_af136abf,node_agent_mmd_memory_vector_layer_memorylayer_policy_1944de42,node_agent_mmd_orchestration_layer_orchestration_type_7cf81261,node_agent_mmd_tool_layer_toollayer_types_core_types__6c8319b6,node_agent_mmd_memory_vector_layer_memorylayer_types__83f369fa,node_agent_mmd_orchestration_layer_orchestration_vali_d9fe99e6,node_agent_mmd_tool_layer_toollayer_validator_core_va_6ef6131f,node_agent_mmd_memory_vector_layer_memorylayer_valida_41034356,node_agent_mmd_orchestration_layer_orchestration_init_2a9c3ecb,node_agent_mmd_memory_vector_layer_memorylayer_init_m_333d02c5,node_agent_mmd_orchestration_layer_orchestration_proj_6ab6f60f,node_agent_mmd_memory_vector_layer_memorylayer_projec_3ae304d9,scaffold_diagram_templates_dd88e83c,node_agent_mmd_orchestration_layer_orchestration_scaf_12cc07db,node_agent_mmd_memory_vector_layer_memorylayer_scaffo_5fd73b94,node_agent_mmd_orchestration_layer_orchestration_scaf_c9a90c2f,node_agent_mmd_tool_layer_toollayer_scaffold_environm_c1afc013,node_agent_mmd_memory_vector_layer_memorylayer_scaffo_12b42341,scaffold_root_command_templates_404fed7f,scaffold_script_template_registry_69312d4e,scaffold_shell_templates_0ad0f915,scaffold_surfaces_12d6494e,node_agent_mmd_orchestration_layer_orchestration_scaf_ff8f92f6,node_agent_mmd_memory_vector_layer_memorylayer_scaffo_a86eece1,scaffold_workflow_template_92310587,eval_seed_5699fd3e,index_8_6f0f20ec,review_context_1_e3afed15,memory_gate_1_265164ac,branch_enforcer_acb749cd,cli_args_5_09ea29f0,node_agent_mmd_tool_layer_toollayer_cli_cli_2_1_32d9eeaf,node_agent_mmd_memory_vector_layer_memorylayer_cli_cl_1f1f89ab,node_agent_mmd_tool_layer_toollayer_metrics_tracker_m_4c9237d8,node_agent_mmd_memory_vector_layer_memorylayer_metric_12562178,types_17_ed30531c,validator_4_5180cf23,node_agent_mmd_orchestration_layer_orchestration_clas_899b821a,node_agent_mmd_memory_vector_layer_memorylayer_classi_1ebbf5ff,node_agent_mmd_orchestration_layer_orchestration_tool_cc43149f,node_agent_mmd_tool_layer_toollayer_tooling_baseline__61e66e9f,node_agent_mmd_memory_vector_layer_memorylayer_toolin_14f86b00,claim_helpers_20dc8387,types_22_f3cf4a73,local_memory_smoke_1175abfc,local_memory_0db17ecc,performance_overload_c685bfcf,node_agent_mmd_orchestration_layer_orchestration_sugg_85c5ebe3,node_agent_mmd_memory_vector_layer_memorylayer_sugges_267f408d,node_agent_mmd_orchestration_layer_orchestration_prom_d17b4de2,node_agent_mmd_llm_model_layer_llmlayer_prompt_contex_81f9066a,node_agent_mmd_tool_layer_toollayer_prompt_context_dr_a2772f2b,node_agent_mmd_memory_vector_layer_memorylayer_prompt_ae34fc43,node_agent_mmd_llm_model_layer_llmlayer_prompt_contex_6426acc2,node_agent_mmd_memory_vector_layer_memorylayer_prompt_55c0d605,types_29_929d5a70,policy_1_fc4198db,node_agent_mmd_tool_layer_toollayer_runtime_card_code_3636ceac,node_agent_mmd_memory_vector_layer_memorylayer_runtim_a5d23e7f,cli_11_338a8415,collector_0736fd5b,types_32_bfe791ff,overload_guard_2748c559 memNode
+   class node_agent_mmd_llm_model_layer_llmlayer_check_steerin_a7dbbd2f,node_agent_mmd_tool_layer_toollayer_check_steering_fe_84ed22c2,node_agent_mmd_memory_vector_layer_memorylayer_check__d71f8993,normalize_workflow_contracts_8701f1c8,sync_codex_preflight_7e7a8dc2,test_harness_upgrade_matrix_84113c4e,node_agent_mmd_llm_model_layer_llmlayer_validate_prom_9880f764,node_agent_mmd_memory_vector_layer_memorylayer_valida_c52c4db8,validate_runtime_packet_schemas_bc3ba8ec,validate_workflow_contracts_33dc063c,branch_protect_core_a8feb0fd,node_agent_mmd_tool_layer_toollayer_ci_migrate_core_c_049f8460,node_agent_mmd_memory_vector_layer_memorylayer_ci_mig_0cd5b1a4,context_health_80bb7da9,node_agent_mmd_llm_model_layer_llmlayer_context_conte_ad2dfbd9,node_agent_mmd_memory_vector_layer_memorylayer_contex_78ceaaa9,docs_gate_core_eb9b6c18,node_agent_mmd_llm_model_layer_llmlayer_index_context_1041bd11,node_agent_mmd_memory_vector_layer_memorylayer_index__6f3402d0,local_memory_preflight_dcc36c42,memory_gate_a577a506,pattern_scope_siblings_43abe000,review_context_ca6cf81d,node_agent_mmd_tool_layer_toollayer_review_gate_core__7704598b,node_agent_mmd_memory_vector_layer_memorylayer_review_5bee9816,node_agent_mmd_llm_model_layer_llmlayer_search_search_66b9a911,node_agent_mmd_memory_vector_layer_memorylayer_search_ac35cb7e,session_context_e5ec72c0,node_agent_mmd_orchestration_layer_orchestration_tool_acfe0c01,node_agent_mmd_memory_vector_layer_memorylayer_toolin_a1185b8f,run_local_memory_preflight_36e92808,node_agent_mmd_orchestration_layer_orchestration_chec_0550c395,node_agent_mmd_tool_layer_toollayer_checker_checker_2_453d593b,node_agent_mmd_memory_vector_layer_memorylayer_checke_a583eb4f,node_agent_mmd_orchestration_layer_orchestration_cont_61b3b9c9,node_agent_mmd_llm_model_layer_llmlayer_context_healt_cfc0bfa8,node_agent_mmd_memory_vector_layer_memorylayer_contex_3204aa0e,node_agent_mmd_orchestration_layer_orchestration_type_4f906dcc,node_agent_mmd_memory_vector_layer_memorylayer_types__9ad640a0,branch_protect_sync_570adb18,node_agent_mmd_tool_layer_toollayer_command_capabilit_e97a4615,node_agent_mmd_memory_vector_layer_memorylayer_comman_c72a5d05,node_agent_mmd_orchestration_layer_orchestration_comm_1f8cc24c,node_agent_mmd_llm_model_layer_llmlayer_command_specs_782af9fa,node_agent_mmd_memory_vector_layer_memorylayer_comman_111eb454,local_memory_preflight_command_spec_9e23f3ce,memory_gate_command_spec_dc9001a9,review_gate_command_spec_3187376a,session_context_command_spec_973afbb1,node_agent_mmd_llm_model_layer_llmlayer_constants_con_c9bd3f6c,node_agent_mmd_memory_vector_layer_memorylayer_consta_702d3f46,context_compact_policy_3dcaf95d,node_agent_mmd_llm_model_layer_llmlayer_index_index_1_02e160ff,node_agent_mmd_memory_vector_layer_memorylayer_index__752bc61e,node_agent_mmd_llm_model_layer_llmlayer_indexer_index_4f4deef5,node_agent_mmd_memory_vector_layer_memorylayer_indexe_93e6d86f,init_error_5c7dd49f,lexical_fallback_723e2b3e,node_agent_mmd_llm_model_layer_llmlayer_ollama_ollama_968b23fa,node_agent_mmd_memory_vector_layer_memorylayer_ollama_6d51be16,rollout_a4fa034c,sources_878a52fc,store_824d80d7,node_agent_mmd_llm_model_layer_llmlayer_sync_contract_9f3cc8c1,node_agent_mmd_memory_vector_layer_memorylayer_sync_c_e43418bc,types_7_2f1ed65e,harness_run_context_ac7c77a9,index_3_7e40d474,json_schema_core_96d7e328,node_agent_mmd_orchestration_layer_orchestration_poli_3270b55d,node_agent_mmd_tool_layer_toollayer_policy_validators_af136abf,node_agent_mmd_memory_vector_layer_memorylayer_policy_1944de42,node_agent_mmd_orchestration_layer_orchestration_type_7cf81261,node_agent_mmd_tool_layer_toollayer_types_core_types__6c8319b6,node_agent_mmd_memory_vector_layer_memorylayer_types__83f369fa,node_agent_mmd_orchestration_layer_orchestration_vali_d9fe99e6,node_agent_mmd_tool_layer_toollayer_validator_core_va_6ef6131f,node_agent_mmd_memory_vector_layer_memorylayer_valida_41034356,node_agent_mmd_orchestration_layer_orchestration_init_2a9c3ecb,node_agent_mmd_memory_vector_layer_memorylayer_init_m_333d02c5,node_agent_mmd_orchestration_layer_orchestration_proj_6ab6f60f,node_agent_mmd_memory_vector_layer_memorylayer_projec_3ae304d9,scaffold_diagram_templates_dd88e83c,node_agent_mmd_orchestration_layer_orchestration_scaf_12cc07db,node_agent_mmd_memory_vector_layer_memorylayer_scaffo_5fd73b94,node_agent_mmd_orchestration_layer_orchestration_scaf_c9a90c2f,node_agent_mmd_tool_layer_toollayer_scaffold_environm_c1afc013,node_agent_mmd_memory_vector_layer_memorylayer_scaffo_12b42341,scaffold_root_command_templates_404fed7f,scaffold_script_template_registry_69312d4e,scaffold_shell_templates_0ad0f915,scaffold_surfaces_12d6494e,node_agent_mmd_orchestration_layer_orchestration_scaf_ff8f92f6,node_agent_mmd_memory_vector_layer_memorylayer_scaffo_a86eece1,scaffold_workflow_template_92310587,eval_seed_5699fd3e,index_9_32dd4d91,review_context_1_e3afed15,memory_gate_1_265164ac,branch_enforcer_acb749cd,cli_args_5_09ea29f0,node_agent_mmd_tool_layer_toollayer_cli_cli_2_1_32d9eeaf,node_agent_mmd_memory_vector_layer_memorylayer_cli_cl_1f1f89ab,node_agent_mmd_tool_layer_toollayer_metrics_tracker_m_4c9237d8,node_agent_mmd_memory_vector_layer_memorylayer_metric_12562178,types_18_37582e2a,validator_4_5180cf23,node_agent_mmd_orchestration_layer_orchestration_clas_899b821a,node_agent_mmd_memory_vector_layer_memorylayer_classi_1ebbf5ff,node_agent_mmd_orchestration_layer_orchestration_tool_cc43149f,node_agent_mmd_tool_layer_toollayer_tooling_baseline__61e66e9f,node_agent_mmd_memory_vector_layer_memorylayer_toolin_14f86b00,claim_helpers_20dc8387,types_23_4352ee2e,local_memory_smoke_1175abfc,local_memory_0db17ecc,performance_overload_c685bfcf,node_agent_mmd_orchestration_layer_orchestration_sugg_85c5ebe3,node_agent_mmd_memory_vector_layer_memorylayer_sugges_267f408d,node_agent_mmd_orchestration_layer_orchestration_prom_d17b4de2,node_agent_mmd_llm_model_layer_llmlayer_prompt_contex_81f9066a,node_agent_mmd_tool_layer_toollayer_prompt_context_dr_a2772f2b,node_agent_mmd_memory_vector_layer_memorylayer_prompt_ae34fc43,node_agent_mmd_llm_model_layer_llmlayer_prompt_contex_6426acc2,node_agent_mmd_memory_vector_layer_memorylayer_prompt_55c0d605,types_30_424b976c,policy_1_fc4198db,node_agent_mmd_tool_layer_toollayer_runtime_card_code_3636ceac,node_agent_mmd_memory_vector_layer_memorylayer_runtim_a5d23e7f,cli_11_338a8415,collector_0736fd5b,types_33_16e22a82,overload_guard_2748c559 memNode
